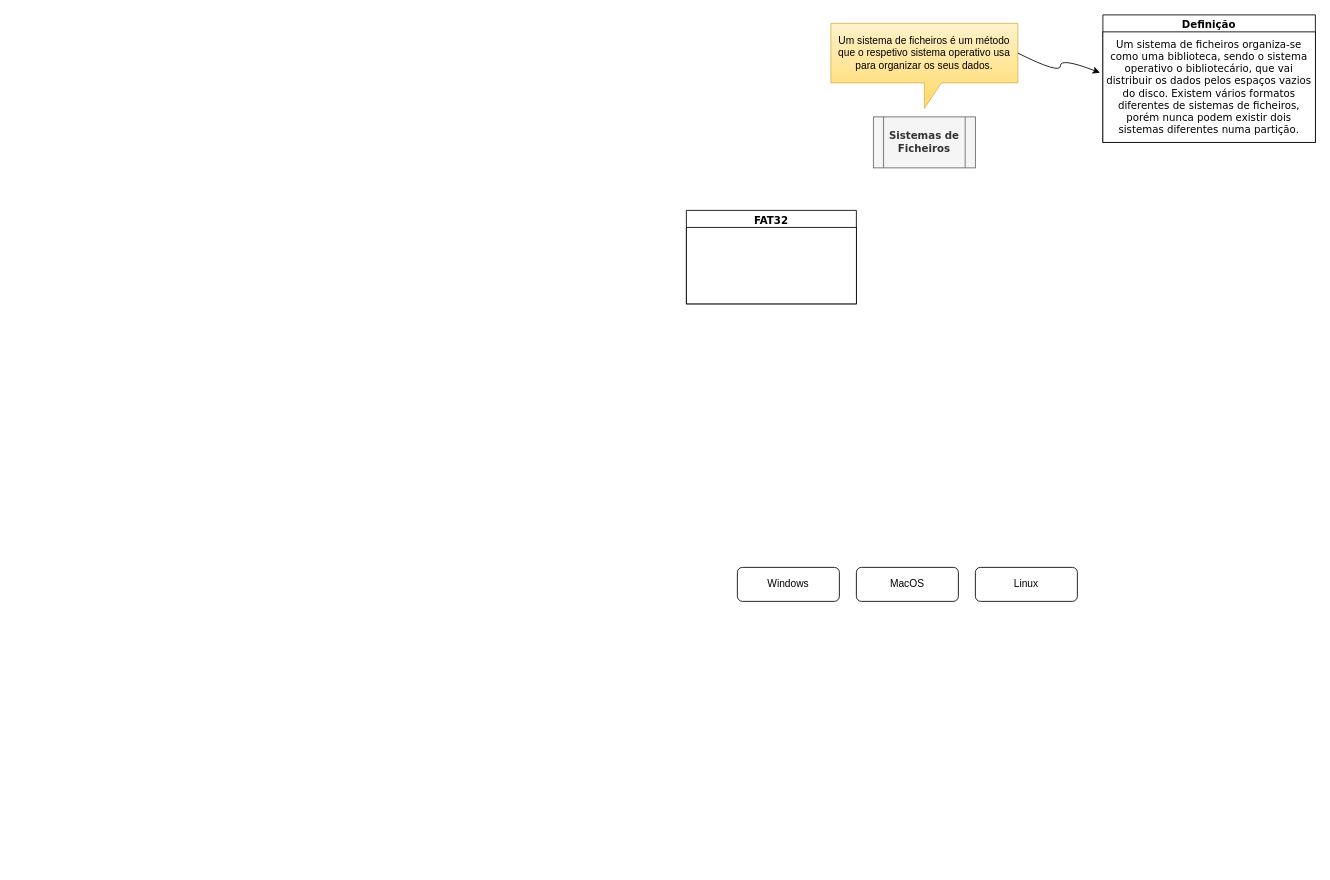
The draw.io diagram Sistemas de Ficheiros.drawio in Louraes202/SistemasDeFicheiros, before the edit. Source tidied: cells renumbered, new cells numbered last; positions are measured from the earlier drawing's top-left corner, leaving out a move shared by most shapes. Both pictures are drawn from the tidied source at 85%, with x=0, y=0 at pixel (686, 14).
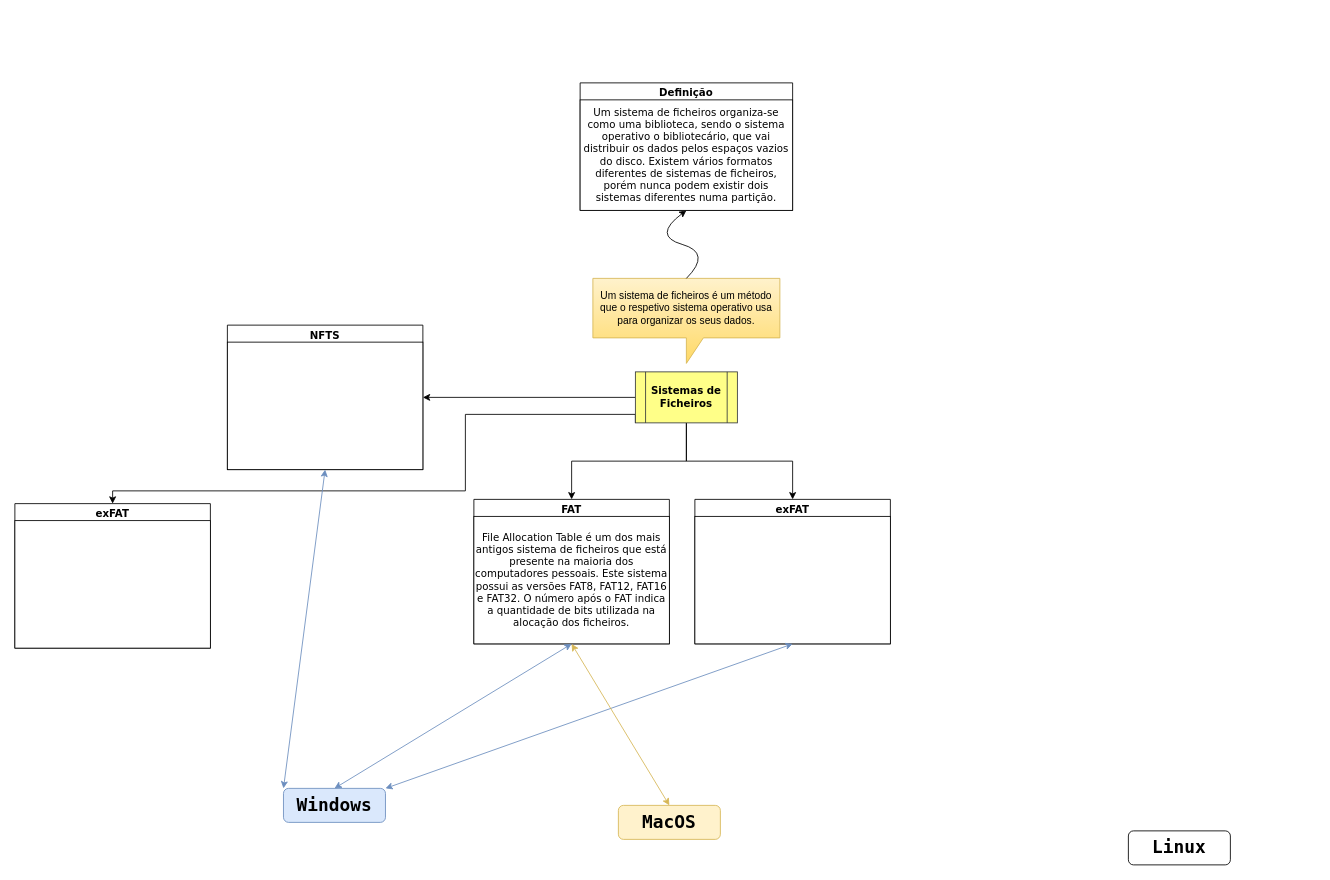
Above is the later version.

Change to the diagram source:
```diff
@@
-    <mxCell id="2" value="Windows" style="rounded=1;whiteSpace=wrap;html=1;fontSize=12;glass=0;strokeWidth=1;shadow=0;" parent="1" vertex="1">
-      <mxGeometry x="60" y="650" width="120" height="40" as="geometry" />
+    <mxCell id="2" value="Windows" style="rounded=1;whiteSpace=wrap;html=1;fontSize=21;glass=0;strokeWidth=1;shadow=0;fillColor=#dae8fc;strokeColor=#6c8ebf;fontStyle=1;fontFamily=Lucida Console;" parent="1" vertex="1">
+      <mxGeometry x="-474" y="910" width="120" height="40" as="geometry" />
     </mxCell>
-    <mxCell id="3" value="MacOS" style="rounded=1;whiteSpace=wrap;html=1;fontSize=12;glass=0;strokeWidth=1;shadow=0;" parent="1" vertex="1">
-      <mxGeometry x="200" y="650" width="120" height="40" as="geometry" />
+    <mxCell id="3" value="MacOS" style="rounded=1;whiteSpace=wrap;html=1;fontSize=21;glass=0;strokeWidth=1;shadow=0;fillColor=#fff2cc;strokeColor=#d6b656;fontFamily=Lucida Console;fontStyle=1;" parent="1" vertex="1">
+      <mxGeometry x="-80" y="930" width="120" height="40" as="geometry" />
     </mxCell>
-    <mxCell id="4" value="Linux" style="rounded=1;whiteSpace=wrap;html=1;fontSize=12;glass=0;strokeWidth=1;shadow=0;" parent="1" vertex="1">
-      <mxGeometry x="340" y="650" width="120" height="40" as="geometry" />
+    <mxCell id="4" value="Linux" style="rounded=1;whiteSpace=wrap;html=1;fontSize=21;glass=0;strokeWidth=1;shadow=0;fontFamily=Lucida Console;fontStyle=1;" parent="1" vertex="1">
+      <mxGeometry x="520" y="960" width="120" height="40" as="geometry" />
     </mxCell>
+    <mxCell id="12" style="edgeStyle=orthogonalEdgeStyle;rounded=0;jettySize=auto;html=1;exitX=0.5;exitY=1;exitDx=0;exitDy=0;entryX=0.5;entryY=0;entryDx=0;entryDy=0;" parent="1" edge="1" source="5" target="10">
+      <mxGeometry relative="1" as="geometry" />
+    </mxCell>
+    <mxCell id="13" style="edgeStyle=orthogonalEdgeStyle;rounded=0;jettySize=auto;html=1;exitX=0.5;exitY=1;exitDx=0;exitDy=0;entryX=0.5;entryY=0;entryDx=0;entryDy=0;" parent="1" edge="1" source="5" target="16">
+      <mxGeometry relative="1" as="geometry" />
+    </mxCell>
+    <mxCell id="14" style="edgeStyle=orthogonalEdgeStyle;rounded=0;jettySize=auto;html=1;exitX=0;exitY=0.5;exitDx=0;exitDy=0;entryX=1;entryY=0.5;entryDx=0;entryDy=0;" parent="1" edge="1" source="5" target="18">
+      <mxGeometry relative="1" as="geometry" />
+    </mxCell>
+    <mxCell id="15" style="edgeStyle=orthogonalEdgeStyle;rounded=0;jettySize=auto;html=1;exitX=0;exitY=1;exitDx=0;exitDy=0;entryX=0.5;entryY=0;entryDx=0;entryDy=0;fontFamily=Lucida Console;fontSize=21;" parent="1" edge="1" source="5" target="24">
+      <mxGeometry relative="1" as="geometry">
+        <Array as="points">
+          <mxPoint x="-60" y="470" />
+          <mxPoint x="-260" y="470" />
+          <mxPoint x="-260" y="560" />
+          <mxPoint x="-675" y="560" />
+        </Array>
+      </mxGeometry>
+    </mxCell>
-    <mxCell id="5" value="&lt;b&gt;Sistemas de Ficheiros&lt;/b&gt;" style="shape=process;whiteSpace=wrap;html=1;backgroundOutline=1;fillColor=#f5f5f5;strokeColor=#666666;fontColor=#333333;fontFamily=Verdana;" parent="1" vertex="1">
-      <mxGeometry x="220" y="120" width="120" height="60" as="geometry" />
+    <mxCell id="5" value="&lt;b&gt;Sistemas de Ficheiros&lt;/b&gt;" style="shape=process;whiteSpace=wrap;html=1;backgroundOutline=1;fontFamily=Verdana;fillColor=#ffff88;strokeColor=#36393d;" parent="1" vertex="1">
+      <mxGeometry x="-60" y="420" width="120" height="60" as="geometry" />
     </mxCell>
     <mxCell id="6" value="&lt;span&gt;Um sistema de ficheiros é um método que o respetivo sistema operativo usa para organizar os seus dados.&lt;/span&gt;" style="shape=callout;whiteSpace=wrap;html=1;perimeter=calloutPerimeter;fillColor=#fff2cc;strokeColor=#d6b656;gradientColor=#ffd966;" parent="1" vertex="1">
-      <mxGeometry x="170" y="10" width="220" height="100" as="geometry" />
+      <mxGeometry x="-110" y="310" width="220" height="100" as="geometry" />
     </mxCell>
-    <mxCell id="7" style="curved=1;endArrow=classic;html=1;rounded=0;fontFamily=Verdana;exitX=0;exitY=0;exitDx=220;exitDy=35;exitPerimeter=0;entryX=-0.017;entryY=0.437;entryDx=0;entryDy=0;entryPerimeter=0;" parent="1" edge="1" source="6">
+    <mxCell id="7" style="curved=1;endArrow=classic;html=1;rounded=0;fontFamily=Verdana;exitX=0.5;exitY=0;exitDx=0;exitDy=0;exitPerimeter=0;entryX=0.5;entryY=1;entryDx=0;entryDy=0;" parent="1" edge="1" source="6" target="8">
       <mxGeometry relative="1" as="geometry">
-        <mxPoint x="486.6" y="68.1" as="targetPoint" />
         <Array as="points">
-          <mxPoint x="440" y="70" />
-          <mxPoint x="440" y="50" />
+          <mxPoint x="30" y="280" />
+          <mxPoint x="-40" y="260" />
         </Array>
       </mxGeometry>
     </mxCell>
     <mxCell id="8" value="Definição" style="swimlane;fontFamily=Verdana;" parent="1" vertex="1">
-      <mxGeometry x="490" width="250" height="150" as="geometry" />
+      <mxGeometry x="-125" y="80" width="250" height="150" as="geometry" />
     </mxCell>
-    <mxCell id="9" value="Um sistema de ficheiros organiza-se como uma biblioteca, sendo o sistema operativo o bibliotecário, que vai distribuir os dados pelos espaços vazios do disco. Existem vários formatos diferentes de sistemas de ficheiros, porém nunca podem existir dois sistemas diferentes numa partição." style="whiteSpace=wrap;html=1;fontFamily=Verdana;" parent="1" vertex="1">
-      <mxGeometry x="490" y="20" width="250" height="130" as="geometry" />
+    <mxCell id="9" value="Um sistema de ficheiros organiza-se como uma biblioteca, sendo o sistema operativo o bibliotecário, que vai distribuir os dados pelos espaços vazios do disco. Existem vários formatos diferentes de sistemas de ficheiros, porém nunca podem existir dois sistemas diferentes numa partição." style="whiteSpace=wrap;html=1;fontFamily=Verdana;" parent="8" vertex="1">
+      <mxGeometry y="20" width="250" height="130" as="geometry" />
     </mxCell>
-    <mxCell id="10" value="FAT32" style="swimlane;fontFamily=Verdana;" parent="1" vertex="1">
-      <mxGeometry y="230" width="200" height="110" as="geometry" />
+    <mxCell id="10" value="FAT" style="swimlane;fontFamily=Verdana;" parent="1" vertex="1">
+      <mxGeometry x="-250" y="570" width="230" height="170" as="geometry" />
     </mxCell>
-    <mxCell id="11" style="whiteSpace=wrap;html=1;fontFamily=Verdana;" parent="10" vertex="1">
-      <mxGeometry y="20" width="200" height="90" as="geometry" />
+    <mxCell id="11" value="File Allocation Table é um dos mais antigos sistema de ficheiros que está presente na maioria dos computadores pessoais. Este sistema possui as versões FAT8, FAT12, FAT16 e FAT32. O número após o FAT indica a quantidade de bits utilizada na alocação dos ficheiros." style="whiteSpace=wrap;html=1;fontFamily=Verdana;" parent="10" vertex="1">
+      <mxGeometry y="20" width="230" height="150" as="geometry" />
     </mxCell>
+    <mxCell id="16" value="exFAT" style="swimlane;fontFamily=Verdana;" parent="1" vertex="1">
+      <mxGeometry x="10" y="570" width="230" height="170" as="geometry" />
+    </mxCell>
+    <mxCell id="17" style="whiteSpace=wrap;html=1;fontFamily=Verdana;" parent="16" vertex="1">
+      <mxGeometry y="20" width="230" height="150" as="geometry" />
+    </mxCell>
+    <mxCell id="18" value="NFTS" style="swimlane;fontFamily=Verdana;startSize=23;" parent="1" vertex="1">
+      <mxGeometry x="-540" y="365" width="230" height="170" as="geometry" />
+    </mxCell>
+    <mxCell id="19" style="whiteSpace=wrap;html=1;fontFamily=Verdana;" parent="18" vertex="1">
+      <mxGeometry y="20" width="230" height="150" as="geometry" />
+    </mxCell>
+    <mxCell id="20" style="endArrow=classic;startArrow=classic;html=1;rounded=0;exitX=0.5;exitY=1;exitDx=0;exitDy=0;entryX=0;entryY=0;entryDx=0;entryDy=0;fillColor=#dae8fc;strokeColor=#6c8ebf;" parent="1" edge="1" source="18" target="2">
+      <mxGeometry relative="1" as="geometry" />
+    </mxCell>
+    <mxCell id="21" style="endArrow=classic;startArrow=classic;html=1;rounded=0;exitX=0.5;exitY=1;exitDx=0;exitDy=0;entryX=0.5;entryY=0;entryDx=0;entryDy=0;fillColor=#dae8fc;strokeColor=#6c8ebf;" parent="1" edge="1" source="11" target="2">
+      <mxGeometry relative="1" as="geometry" />
+    </mxCell>
+    <mxCell id="22" style="endArrow=classic;startArrow=classic;html=1;rounded=0;exitX=0.5;exitY=1;exitDx=0;exitDy=0;entryX=1;entryY=0;entryDx=0;entryDy=0;fillColor=#dae8fc;strokeColor=#6c8ebf;" parent="1" edge="1" source="16" target="2">
+      <mxGeometry relative="1" as="geometry" />
+    </mxCell>
+    <mxCell id="23" style="endArrow=classic;startArrow=classic;html=1;rounded=0;exitX=0.5;exitY=1;exitDx=0;exitDy=0;entryX=0.5;entryY=0;entryDx=0;entryDy=0;fillColor=#fff2cc;strokeColor=#d6b656;" parent="1" edge="1" source="10" target="3">
+      <mxGeometry relative="1" as="geometry" />
+    </mxCell>
+    <mxCell id="24" value="exFAT" style="swimlane;fontFamily=Verdana;" parent="1" vertex="1">
+      <mxGeometry x="-790" y="575" width="230" height="170" as="geometry" />
+    </mxCell>
+    <mxCell id="25" style="whiteSpace=wrap;html=1;fontFamily=Verdana;" parent="24" vertex="1">
+      <mxGeometry y="20" width="230" height="150" as="geometry" />
+    </mxCell>
```
